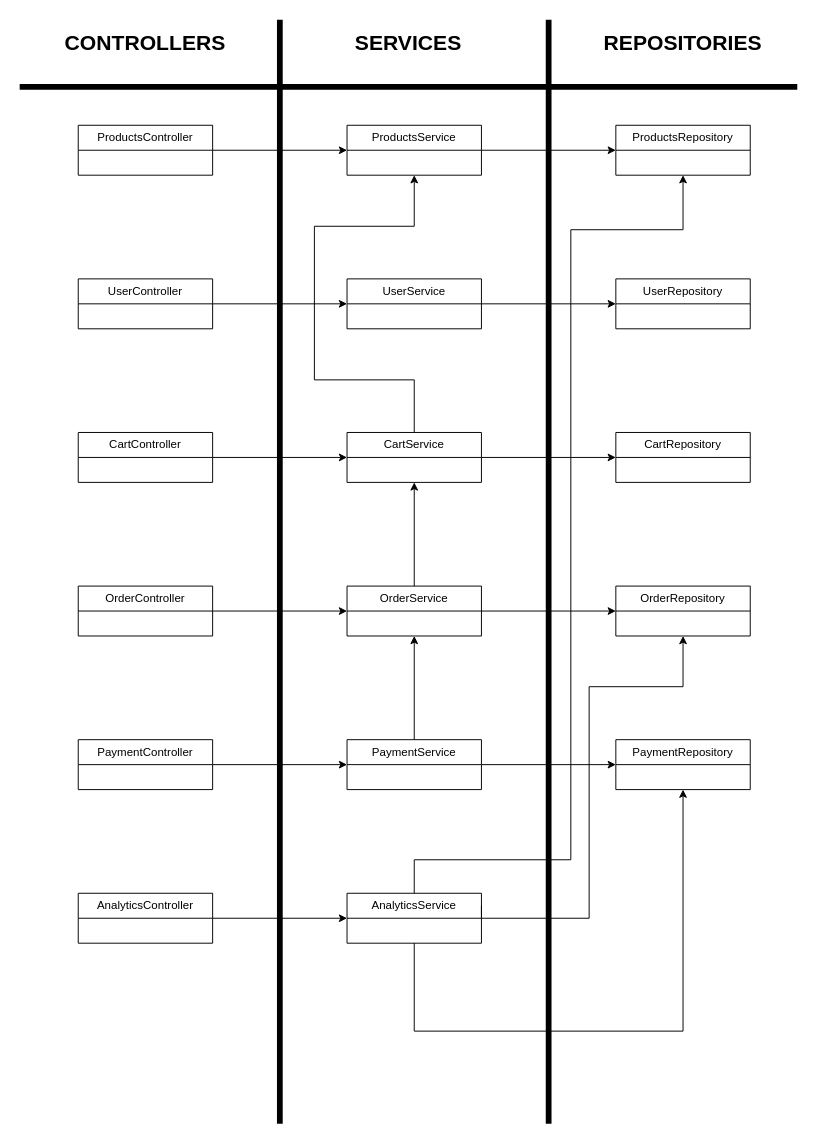
Earlier version of the draw.io diagram docs/diagrams/Layered Class Dependency Diagram.drawio (DavydCodari/OrderCore). Source tidied: cells renumbered, new cells numbered last; positions are measured from the earlier drawing's top-left corner, leaving out a move shared by most shapes. Both pictures are drawn from the tidied source at 96%, with x=0, y=0 at pixel (19, 19).
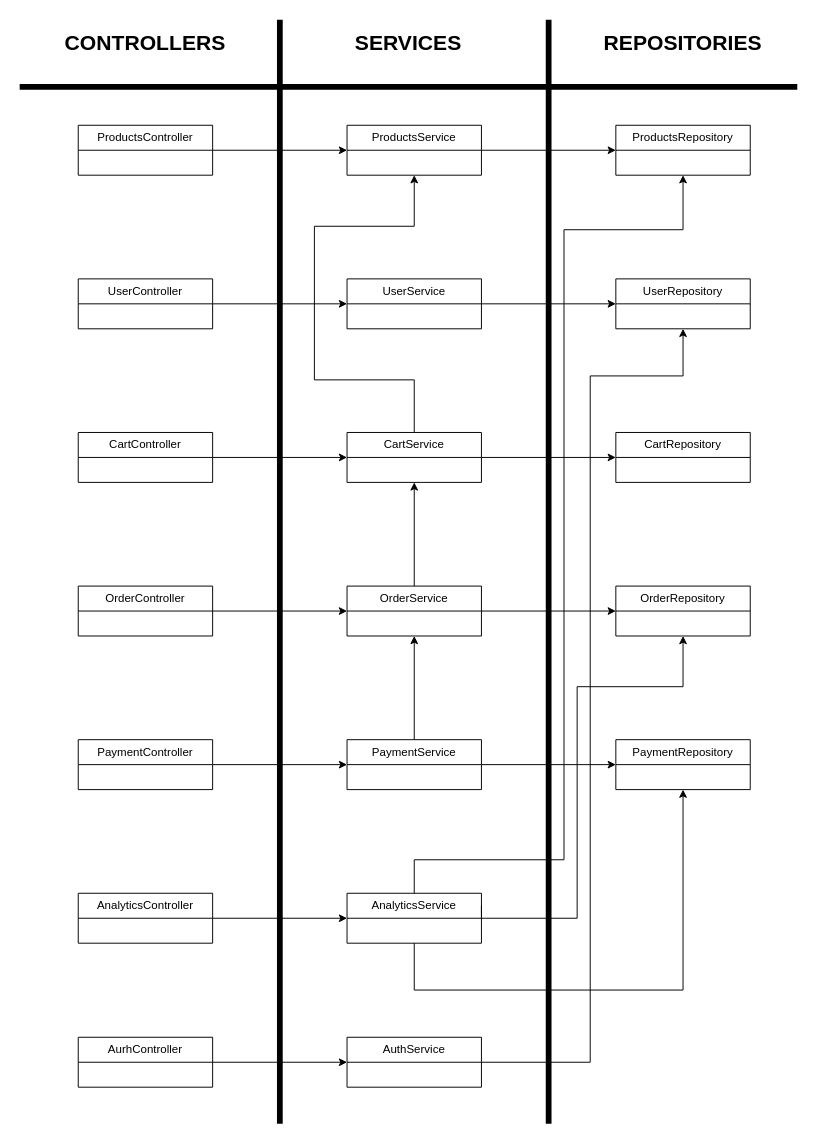
The same diagram, later.

Commit message (it also covers changes not shown here):
docs: finish creating the diagrams

The change refers to these unchanged cells:
```xml
<mxCell id="11" value="ProductsRepository" style="swimlane;fontStyle=0;horizontal=1;startSize=26;fillColor=none;whiteSpace=wrap;html=1;" parent="1" vertex="1">
  <mxGeometry x="621" y="110" width="140" height="52" as="geometry" />
</mxCell>
<mxCell id="16" value="UserRepository" style="swimlane;fontStyle=0;horizontal=1;startSize=26;fillColor=none;whiteSpace=wrap;html=1;" parent="1" vertex="1">
  <mxGeometry x="621" y="270" width="140" height="52" as="geometry" />
</mxCell>
<mxCell id="28" value="OrderRepository" style="swimlane;fontStyle=0;horizontal=1;startSize=26;fillColor=none;whiteSpace=wrap;html=1;" parent="1" vertex="1">
  <mxGeometry x="621" y="590" width="140" height="52" as="geometry" />
</mxCell>
<mxCell id="34" value="PaymentRepository" style="swimlane;fontStyle=0;horizontal=1;startSize=26;fillColor=none;whiteSpace=wrap;html=1;" parent="1" vertex="1">
  <mxGeometry x="621" y="750" width="140" height="52" as="geometry" />
</mxCell>
<mxCell id="40" value="AnalyticsService" style="swimlane;fontStyle=0;horizontal=1;startSize=26;fillColor=none;whiteSpace=wrap;html=1;" parent="1" vertex="1">
  <mxGeometry x="341" y="910" width="140" height="52" as="geometry" />
</mxCell>
```

What changed in the source:
```diff
@@
     <mxCell id="37" style="edgeStyle=orthogonalEdgeStyle;rounded=0;jettySize=auto;html=1;entryX=0.5;entryY=1;entryDx=0;entryDy=0;defaultLabelBackgroundColor=page;labelPadding=0 4;exitX=0.5;exitY=1;exitDx=0;exitDy=0;" parent="1" edge="1" source="40" target="34">
       <mxGeometry x="-0.2" relative="1" as="geometry">
         <Array as="points">
-          <mxPoint x="411" y="1053.6" />
-          <mxPoint x="691" y="1053.6" />
+          <mxPoint x="411" y="1010.8" />
+          <mxPoint x="691" y="1010.8" />
         </Array>
       </mxGeometry>
     </mxCell>
     <mxCell id="38" style="edgeStyle=orthogonalEdgeStyle;rounded=0;jettySize=auto;html=1;exitX=1;exitY=0.25;exitDx=0;exitDy=0;defaultLabelBackgroundColor=page;labelPadding=0 4;entryX=0.5;entryY=1;entryDx=0;entryDy=0;" parent="1" edge="1" source="40" target="28">
       <mxGeometry x="-0.11" relative="1" as="geometry">
         <Array as="points">
           <mxPoint x="481" y="936" />
-          <mxPoint x="593.2" y="936" />
-          <mxPoint x="593.2" y="694.8" />
+          <mxPoint x="580.7" y="936" />
+          <mxPoint x="580.7" y="694.8" />
           <mxPoint x="691" y="694.8" />
         </Array>
       </mxGeometry>
     </mxCell>
     <mxCell id="39" style="edgeStyle=orthogonalEdgeStyle;rounded=0;jettySize=auto;html=1;exitX=0.5;exitY=0;exitDx=0;exitDy=0;defaultLabelBackgroundColor=page;labelPadding=0 4;entryX=0.5;entryY=1;entryDx=0;entryDy=0;" parent="1" edge="1" source="40" target="11">
       <mxGeometry x="-0.06" relative="1" as="geometry">
         <Array as="points">
           <mxPoint x="411" y="875.1" />
-          <mxPoint x="574.1" y="875.1" />
-          <mxPoint x="574.1" y="218.8" />
+          <mxPoint x="567" y="875.1" />
+          <mxPoint x="567" y="218.8" />
           <mxPoint x="691" y="218.8" />
         </Array>
       </mxGeometry>
     </mxCell>
@@
+    <mxCell id="42" style="edgeStyle=orthogonalEdgeStyle;rounded=0;jettySize=auto;html=1;exitX=1;exitY=0.5;exitDx=0;exitDy=0;entryX=0;entryY=0.5;entryDx=0;entryDy=0;defaultLabelBackgroundColor=page;labelPadding=0 4;" parent="1" edge="1" source="43" target="45">
+      <mxGeometry relative="1" as="geometry" />
+    </mxCell>
+    <mxCell id="43" value="AurhController" style="swimlane;fontStyle=0;horizontal=1;startSize=26;fillColor=none;whiteSpace=wrap;html=1;" parent="1" vertex="1">
+      <mxGeometry x="61" y="1060" width="140" height="52" as="geometry" />
+    </mxCell>
+    <mxCell id="44" style="edgeStyle=orthogonalEdgeStyle;rounded=0;jettySize=auto;html=1;exitX=1;exitY=0.5;exitDx=0;exitDy=0;defaultLabelBackgroundColor=page;labelPadding=0 4;entryX=0.5;entryY=1;entryDx=0;entryDy=0;" parent="1" edge="1" source="45" target="16">
+      <mxGeometry x="-0.02" relative="1" as="geometry">
+        <Array as="points">
+          <mxPoint x="594.3" y="1086" />
+          <mxPoint x="594.3" y="371.1" />
+          <mxPoint x="691" y="371.1" />
+        </Array>
+      </mxGeometry>
+    </mxCell>
+    <mxCell id="45" value="AuthService" style="swimlane;fontStyle=0;horizontal=1;startSize=26;fillColor=none;whiteSpace=wrap;html=1;" parent="1" vertex="1">
+      <mxGeometry x="341" y="1060" width="140" height="52" as="geometry" />
+    </mxCell>
```
